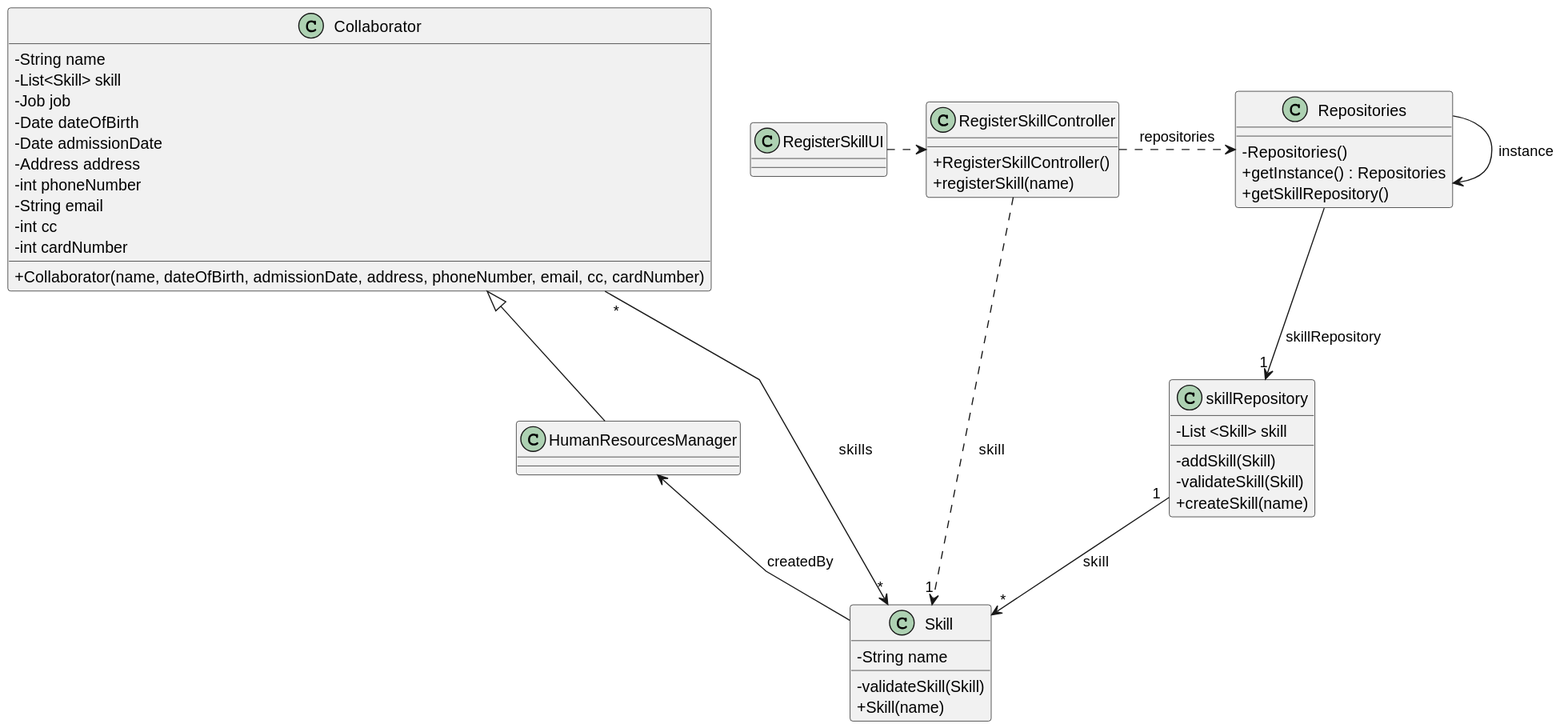
Departamento-de-Engenharia-Informatica/lei-24-s2-1db-g022 keeps this PlantUML diagram as docs/sprint2/us01/03.design/svg/us01-class-diagram.svg. Above is the earlier version.
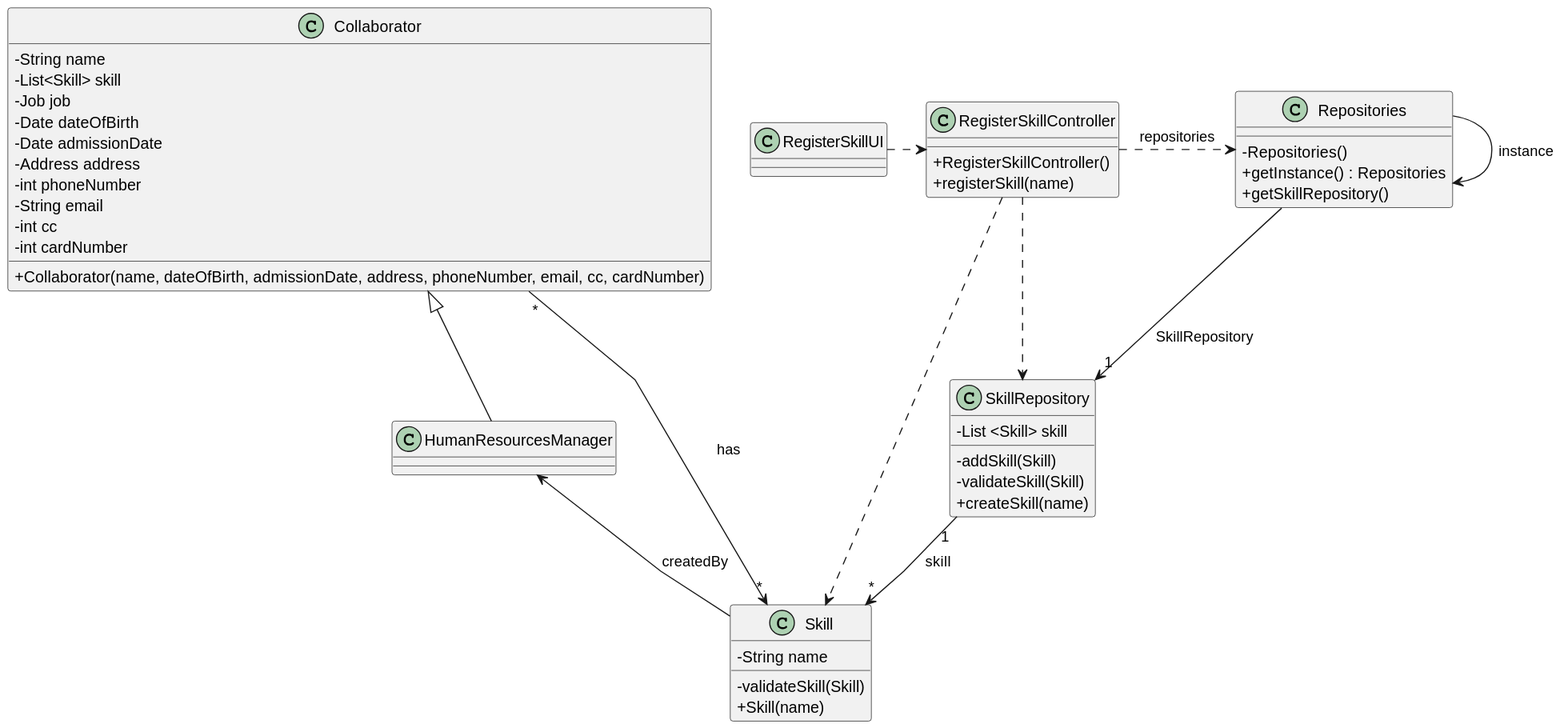
Later version of the same file.

The edit, as a diff of the source:
```diff
@@ -47,7 +47,7 @@
     + getSkillRepository()
 }
 
-class skillRepository {
+class SkillRepository {
     - List <Skill> skill
 
     - addSkill(Skill)
@@ -58,10 +58,12 @@
 RegisterSkillController .> Repositories : repositories
 RegisterSkillUI .> RegisterSkillController
 Repositories -> Repositories : instance
-Repositories --> "1" skillRepository : skillRepository
-skillRepository "1" --> "*" Skill : skill
+Repositories --> "1" SkillRepository : SkillRepository
+SkillRepository "1" --> "*" Skill : skill
 Collaborator  <|--  HumanResourcesManager
-RegisterSkillController ..> "1" Skill : skill
+RegisterSkillController ..> Skill
+RegisterSkillController ..> SkillRepository
+
 HumanResourcesManager <--  Skill: createdBy
-Collaborator "*" --> "*" Skill : skills
+Collaborator "*" --> "*" Skill : has
 @enduml
```
